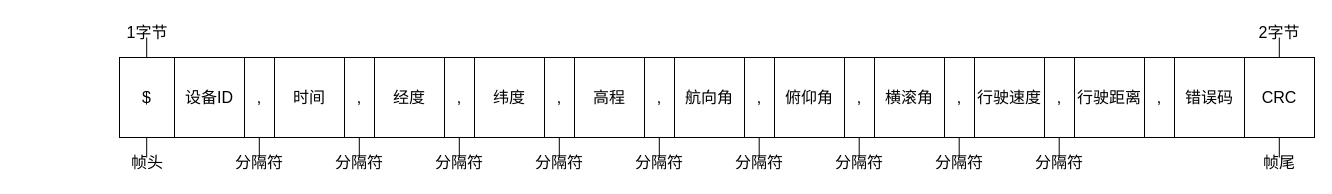
The draw.io diagram 通信协议数据帧格式.drawio in anvalue/DrawIo_SQ, before the edit. Source tidied: cells renumbered, new cells numbered last; positions are measured from the earlier drawing's top-left corner, leaving out a move shared by most shapes. Both pictures are drawn from the tidied source at 100%, with x=0, y=0 at pixel (116, 17).
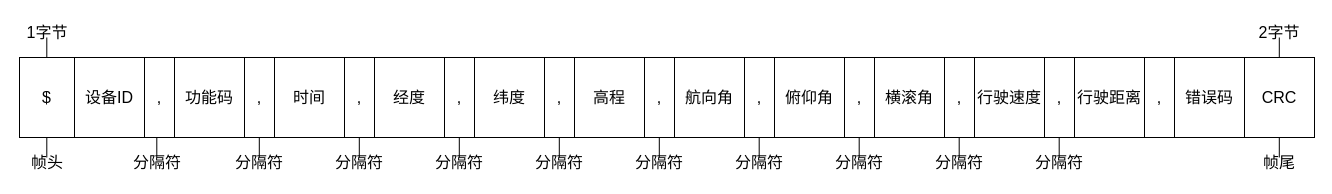
The same page after the edit.

Commit message:
更新通信协议数据帧格式.drawio

Diff of the diagram source:
```diff
@@
     <mxCell id="2" style="rounded=0;whiteSpace=wrap;html=1;fontFamily=黑体;fontSize=16;" parent="1" vertex="1">
-      <mxGeometry x="3" y="40" width="1195" height="80" as="geometry" />
+      <mxGeometry x="-89.5" y="40" width="1287.5" height="80" as="geometry" />
     </mxCell>
     <mxCell id="3" value="$" style="rounded=0;whiteSpace=wrap;html=1;fontFamily=黑体;fontSize=16;" parent="1" vertex="1">
-      <mxGeometry x="3" y="40" width="55" height="80" as="geometry" />
+      <mxGeometry x="-97" y="40" width="55" height="80" as="geometry" />
     </mxCell>
     <mxCell id="4" value="设备ID" style="rounded=0;whiteSpace=wrap;html=1;fontFamily=黑体;fontSize=16;" parent="1" vertex="1">
-      <mxGeometry x="58" y="40" width="70" height="80" as="geometry" />
+      <mxGeometry x="-42" y="40" width="70" height="80" as="geometry" />
     </mxCell>
@@
     <mxCell id="24" style="endArrow=none;html=1;rounded=0;fontFamily=黑体;fontSize=16;" parent="1" edge="1">
       <mxGeometry relative="1" as="geometry">
-        <mxPoint x="30.2" y="20" as="sourcePoint" />
-        <mxPoint x="30.2" y="40" as="targetPoint" />
+        <mxPoint x="-69.7" y="20" as="sourcePoint" />
+        <mxPoint x="-69.7" y="40" as="targetPoint" />
       </mxGeometry>
     </mxCell>
     <mxCell id="25" style="endArrow=none;html=1;rounded=0;fontFamily=黑体;fontSize=16;" parent="1" edge="1">
       <mxGeometry relative="1" as="geometry">
-        <mxPoint x="30.2" y="120" as="sourcePoint" />
-        <mxPoint x="30.2" y="140" as="targetPoint" />
+        <mxPoint x="-69.7" y="120" as="sourcePoint" />
+        <mxPoint x="-69.7" y="140" as="targetPoint" />
       </mxGeometry>
     </mxCell>
@@
     <mxCell id="35" value="帧头" style="text;html=1;align=center;verticalAlign=middle;whiteSpace=wrap;rounded=0;fontFamily=黑体;fontSize=16;" parent="1" vertex="1">
-      <mxGeometry x="0.5" y="130" width="60" height="30" as="geometry" />
+      <mxGeometry x="-99.5" y="130" width="60" height="30" as="geometry" />
     </mxCell>
@@
     <mxCell id="47" value="1字节" style="text;html=1;align=center;verticalAlign=middle;whiteSpace=wrap;rounded=0;fontFamily=黑体;fontSize=16;" parent="1" vertex="1">
-      <mxGeometry x="0.5" width="60" height="30" as="geometry" />
+      <mxGeometry x="-99.5" width="60" height="30" as="geometry" />
     </mxCell>
@@
+    <mxCell id="52" value="&lt;font style=&quot;font-size: 16px;&quot;&gt;,&lt;/font&gt;" style="rounded=0;whiteSpace=wrap;html=1;fontFamily=黑体;fontSize=16;" parent="1" vertex="1">
+      <mxGeometry x="28" y="40" width="30" height="80" as="geometry" />
+    </mxCell>
+    <mxCell id="53" value="功能码" style="rounded=0;whiteSpace=wrap;html=1;fontFamily=黑体;fontSize=16;" parent="1" vertex="1">
+      <mxGeometry x="58" y="40" width="70" height="80" as="geometry" />
+    </mxCell>
+    <mxCell id="54" style="endArrow=none;html=1;rounded=0;fontFamily=黑体;fontSize=16;" parent="1" edge="1">
+      <mxGeometry relative="1" as="geometry">
+        <mxPoint x="40.3" y="120" as="sourcePoint" />
+        <mxPoint x="40.3" y="140" as="targetPoint" />
+      </mxGeometry>
+    </mxCell>
+    <mxCell id="55" value="分隔符" style="text;html=1;align=center;verticalAlign=middle;whiteSpace=wrap;rounded=0;fontFamily=黑体;fontSize=16;" parent="1" vertex="1">
+      <mxGeometry x="10.5" y="130" width="60" height="30" as="geometry" />
+    </mxCell>
```
